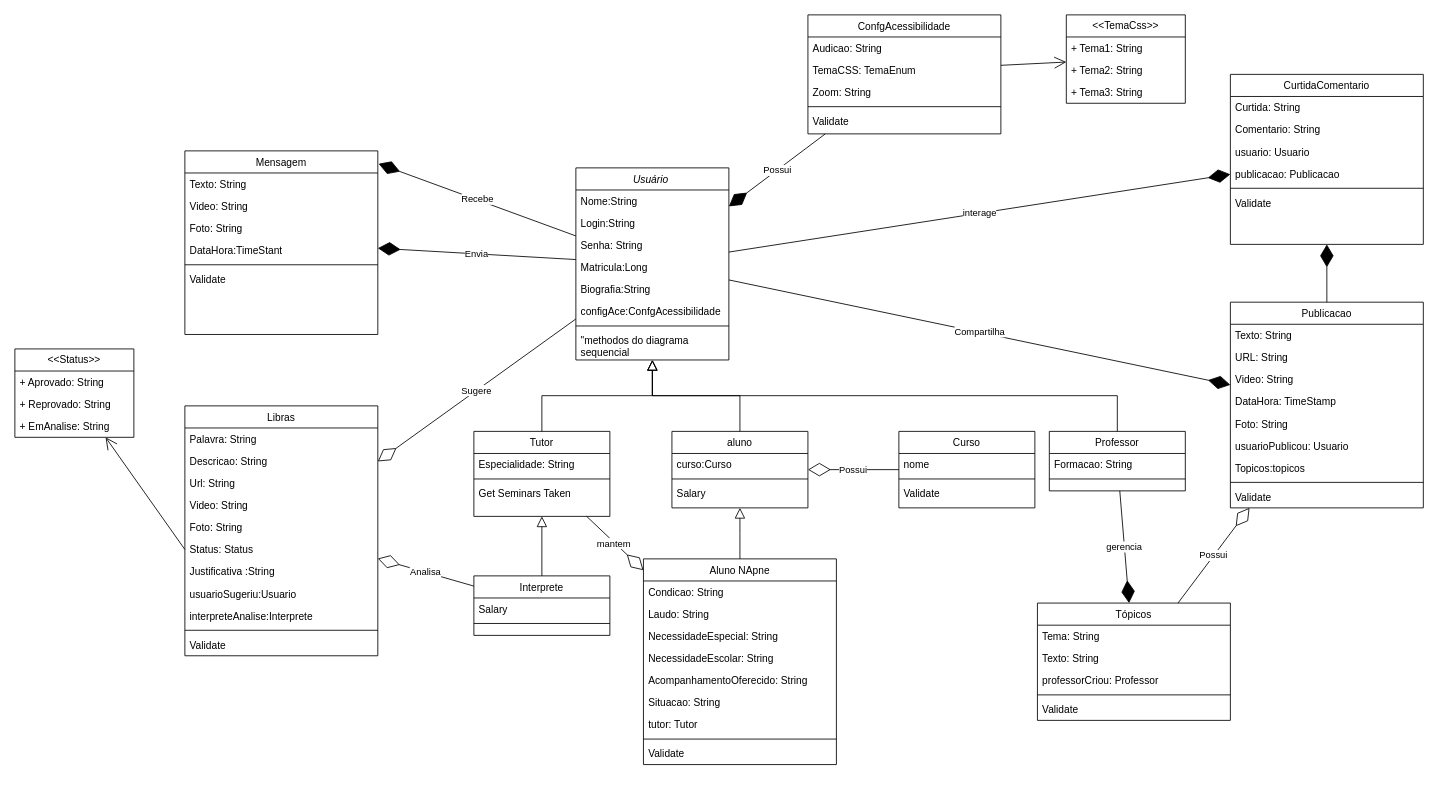
Earlier version of the draw.io diagram If Coders. diagrama de classe.drawio (arianamesquita/IFCoders). Source tidied: cells renumbered, new cells numbered last; positions are measured from the earlier drawing's top-left corner, leaving out a move shared by most shapes. Both pictures are drawn from the tidied source at 85%, with x=0, y=0 at pixel (14, 14).
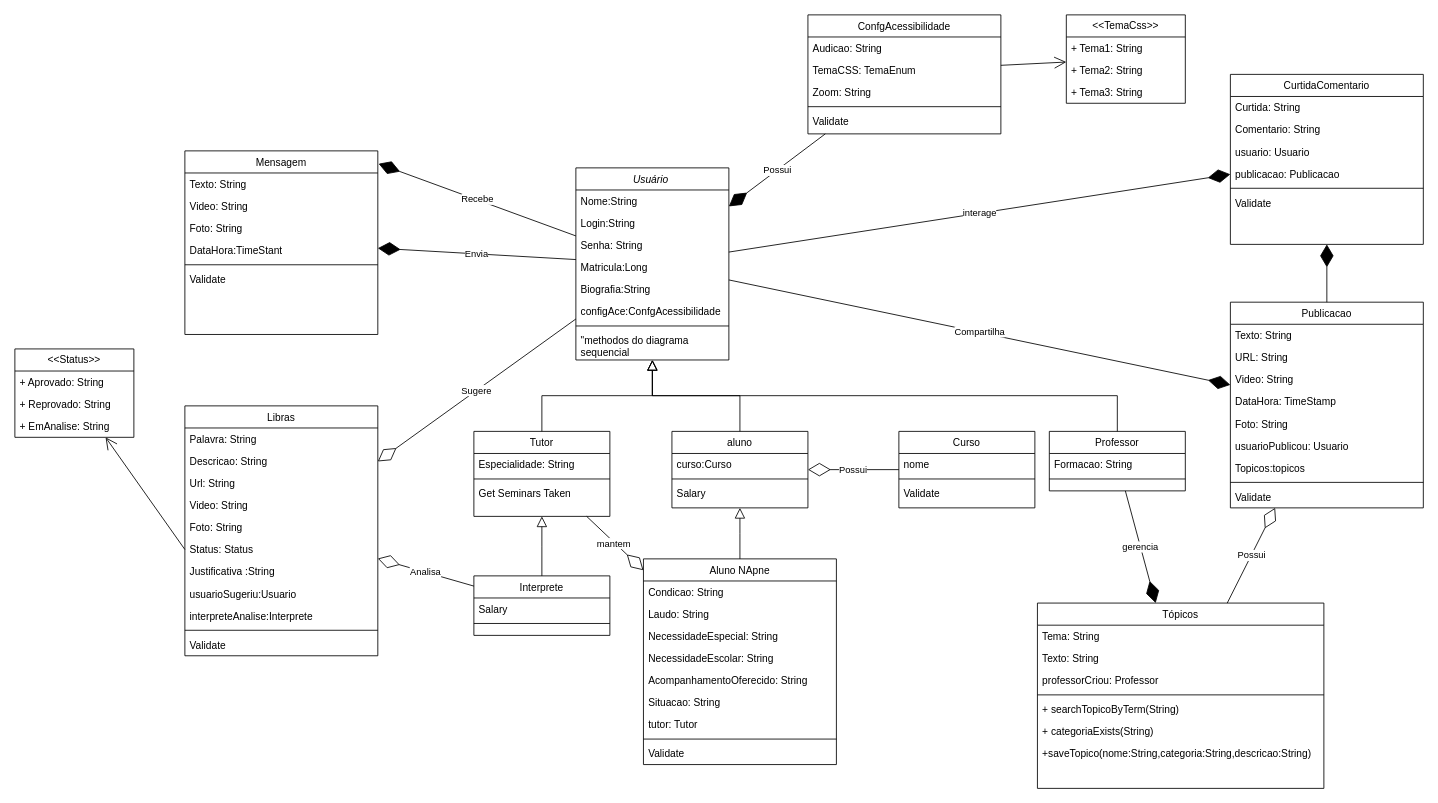
The same page after the edit.

What changed in the source:
```diff
@@
     <mxCell id="83" value="Tópicos" style="swimlane;fontStyle=0;align=center;verticalAlign=top;horizontal=1;startSize=26;rounded=0;shadow=0;strokeWidth=1;" parent="1" vertex="1">
-      <mxGeometry x="1203" y="692" width="227" height="138" as="geometry" />
+      <mxGeometry x="1203" y="692" width="337" height="218" as="geometry" />
     </mxCell>
     <mxCell id="84" value="Tema: String" style="text;align=left;verticalAlign=top;spacingLeft=4;spacingRight=4;overflow=hidden;" parent="83" vertex="1">
-      <mxGeometry y="26" width="227" height="26" as="geometry" />
+      <mxGeometry y="26" width="337" height="26" as="geometry" />
     </mxCell>
     <mxCell id="85" value="Texto: String" style="text;align=left;verticalAlign=top;spacingLeft=4;spacingRight=4;overflow=hidden;" parent="83" vertex="1">
-      <mxGeometry y="52" width="227" height="26" as="geometry" />
+      <mxGeometry y="52" width="337" height="26" as="geometry" />
     </mxCell>
     <mxCell id="86" value="professorCriou: Professor" style="text;align=left;verticalAlign=top;spacingLeft=4;spacingRight=4;overflow=hidden;" parent="83" vertex="1">
-      <mxGeometry y="78" width="227" height="26" as="geometry" />
+      <mxGeometry y="78" width="337" height="26" as="geometry" />
     </mxCell>
     <mxCell id="87" style="line;html=1;strokeWidth=1;align=left;verticalAlign=middle;spacingTop=-1;spacingLeft=3;spacingRight=3;labelPosition=right;" parent="83" vertex="1">
-      <mxGeometry y="104" width="227" height="8" as="geometry" />
+      <mxGeometry y="104" width="337" height="8" as="geometry" />
     </mxCell>
-    <mxCell id="88" value="Validate" style="text;align=left;verticalAlign=top;spacingLeft=4;spacingRight=4;overflow=hidden;" parent="83" vertex="1">
-      <mxGeometry y="112" width="227" height="26" as="geometry" />
+    <mxCell id="88" value="+ searchTopicoByTerm(String)" style="text;align=left;verticalAlign=top;spacingLeft=4;spacingRight=4;overflow=hidden;" parent="83" vertex="1">
+      <mxGeometry y="112" width="337" height="26" as="geometry" />
     </mxCell>
+    <mxCell id="114" value="+ categoriaExists(String)" style="text;align=left;verticalAlign=top;spacingLeft=4;spacingRight=4;overflow=hidden;" parent="83" vertex="1">
+      <mxGeometry y="138" width="337" height="26" as="geometry" />
+    </mxCell>
+    <mxCell id="115" value="+saveTopico(nome:String,categoria:String,descricao:String)" style="text;align=left;verticalAlign=top;spacingLeft=4;spacingRight=4;overflow=hidden;" parent="83" vertex="1">
+      <mxGeometry y="164" width="337" height="46" as="geometry" />
+    </mxCell>
```
